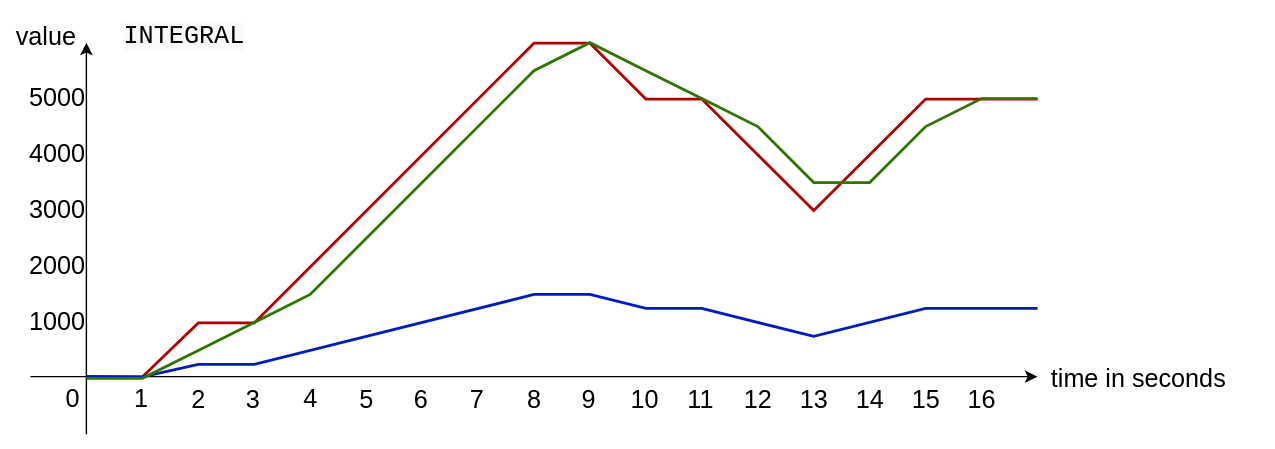
Above: Documentation/Design/Control_INTEGRAL.svg in JirkaDellOro/FUDGE (draw.io), before the change. Source tidied: cells renumbered, new cells last; positions are measured from the earlier drawing's top-left corner, leaving out a move shared by most shapes. Source of this version:
```xml
<mxGraphModel>
  <root>
    <mxCell id="0" />
    <mxCell id="1" parent="0" />
    <mxCell id="2" style="rounded=0;whiteSpace=wrap;html=1;strokeColor=none;" parent="1" vertex="1">
      <mxGeometry width="910" height="320" as="geometry" />
    </mxCell>
    <mxCell id="3" style="endArrow=classic;html=1;rounded=1;" parent="1" edge="1">
      <mxGeometry relative="1" as="geometry">
        <mxPoint x="61" y="310" as="sourcePoint" />
        <mxPoint x="61" y="30" as="targetPoint" />
      </mxGeometry>
    </mxCell>
    <mxCell id="4" style="endArrow=classic;html=1;rounded=1;jumpStyle=none;" parent="1" edge="1">
      <mxGeometry relative="1" as="geometry">
        <mxPoint x="21" y="268.8" as="sourcePoint" />
        <mxPoint x="741" y="268.8" as="targetPoint" />
      </mxGeometry>
    </mxCell>
    <mxCell id="5" value="time in seconds" style="edgeLabel;html=1;align=center;verticalAlign=middle;fontSize=18;" parent="4" vertex="1">
      <mxGeometry x="0.84" y="1" relative="1" as="geometry">
        <mxPoint x="127" y="2.2" as="offset" />
      </mxGeometry>
    </mxCell>
    <mxCell id="6" value="0" style="text;html=1;align=center;verticalAlign=middle;points=[];fontSize=18;" parent="1" vertex="1">
      <mxGeometry x="36" y="270" width="30" height="30" as="geometry" />
    </mxCell>
    <mxCell id="7" value="1" style="text;html=1;align=center;verticalAlign=middle;fontSize=18;" parent="1" vertex="1">
      <mxGeometry x="85" y="270" width="30" height="30" as="geometry" />
    </mxCell>
    <mxCell id="8" value="2" style="text;html=1;align=center;verticalAlign=middle;fontSize=18;" parent="1" vertex="1">
      <mxGeometry x="126" y="271" width="30" height="30" as="geometry" />
    </mxCell>
    <mxCell id="9" value="3" style="text;html=1;align=center;verticalAlign=middle;fontSize=18;" parent="1" vertex="1">
      <mxGeometry x="165" y="271" width="30" height="30" as="geometry" />
    </mxCell>
    <mxCell id="10" value="4" style="text;html=1;align=center;verticalAlign=middle;fontSize=18;" parent="1" vertex="1">
      <mxGeometry x="206" y="270" width="30" height="30" as="geometry" />
    </mxCell>
    <mxCell id="11" value="5" style="text;html=1;align=center;verticalAlign=middle;fontSize=18;" parent="1" vertex="1">
      <mxGeometry x="246" y="271" width="30" height="30" as="geometry" />
    </mxCell>
    <mxCell id="12" value="value" style="edgeLabel;html=1;align=center;verticalAlign=middle;fontSize=18;" parent="1" vertex="1">
      <mxGeometry x="31" y="25" as="geometry" />
    </mxCell>
    <mxCell id="13" value="6" style="text;html=1;align=center;verticalAlign=middle;fontSize=18;" parent="1" vertex="1">
      <mxGeometry x="285" y="271" width="30" height="30" as="geometry" />
    </mxCell>
    <mxCell id="14" value="7" style="text;html=1;align=center;verticalAlign=middle;fontSize=18;" parent="1" vertex="1">
      <mxGeometry x="325" y="271" width="30" height="30" as="geometry" />
    </mxCell>
    <mxCell id="15" value="8" style="text;html=1;align=center;verticalAlign=middle;fontSize=18;" parent="1" vertex="1">
      <mxGeometry x="366" y="271" width="30" height="30" as="geometry" />
    </mxCell>
    <mxCell id="16" value="9" style="text;html=1;align=center;verticalAlign=middle;fontSize=18;" parent="1" vertex="1">
      <mxGeometry x="405" y="271" width="30" height="30" as="geometry" />
    </mxCell>
    <mxCell id="17" value="10" style="text;html=1;align=center;verticalAlign=middle;fontSize=18;" parent="1" vertex="1">
      <mxGeometry x="440" y="271" width="40" height="30" as="geometry" />
    </mxCell>
    <mxCell id="18" value="&lt;div style=&quot;font-family: &amp;quot;consolas&amp;quot; , &amp;quot;courier new&amp;quot; , monospace ; font-weight: normal ; font-size: 18px ; line-height: 19px&quot;&gt;&lt;div style=&quot;font-size: 18px&quot;&gt;&lt;span style=&quot;text-align: center; background-color: rgb(248, 249, 250);&quot;&gt;INTEGRAL&lt;/span&gt;&lt;br&gt;&lt;/div&gt;&lt;/div&gt;" style="text;whiteSpace=wrap;html=1;labelBackgroundColor=#ffffff;fontSize=18;" parent="1" vertex="1">
      <mxGeometry x="86" y="10" width="120" height="30" as="geometry" />
    </mxCell>
    <mxCell id="19" value="11" style="text;html=1;align=center;verticalAlign=middle;fontSize=18;" parent="1" vertex="1">
      <mxGeometry x="485" y="271" width="30" height="30" as="geometry" />
    </mxCell>
    <mxCell id="20" value="12" style="text;html=1;align=center;verticalAlign=middle;fontSize=18;" parent="1" vertex="1">
      <mxGeometry x="521" y="271" width="40" height="30" as="geometry" />
    </mxCell>
    <mxCell id="21" value="13" style="text;html=1;align=center;verticalAlign=middle;fontSize=18;" parent="1" vertex="1">
      <mxGeometry x="561" y="271" width="40" height="30" as="geometry" />
    </mxCell>
    <mxCell id="22" value="14" style="text;html=1;align=center;verticalAlign=middle;fontSize=18;" parent="1" vertex="1">
      <mxGeometry x="601" y="271" width="40" height="30" as="geometry" />
    </mxCell>
    <mxCell id="23" value="15" style="text;html=1;align=center;verticalAlign=middle;fontSize=18;" parent="1" vertex="1">
      <mxGeometry x="641" y="271" width="40" height="30" as="geometry" />
    </mxCell>
    <mxCell id="24" value="16" style="text;html=1;align=center;verticalAlign=middle;fontSize=18;" parent="1" vertex="1">
      <mxGeometry x="681" y="271" width="40" height="30" as="geometry" />
    </mxCell>
    <mxCell id="25" style="endArrow=none;html=1;fontSize=18;fontColor=#FF0000;fillColor=#e51400;rounded=0;endSize=6;shadow=0;strokeWidth=2;strokeColor=#B20000;" parent="1" edge="1">
      <mxGeometry relative="1" as="geometry">
        <mxPoint x="61" y="269" as="sourcePoint" />
        <mxPoint x="741" y="70.3" as="targetPoint" />
        <Array as="points">
          <mxPoint x="101" y="269" />
          <mxPoint x="141" y="230.3" />
          <mxPoint x="181" y="230.3" />
          <mxPoint x="381" y="30.4" />
          <mxPoint x="421" y="30.4" />
          <mxPoint x="461" y="70.4" />
          <mxPoint x="501" y="70.4" />
          <mxPoint x="581" y="150" />
          <mxPoint x="661" y="70.4" />
        </Array>
      </mxGeometry>
    </mxCell>
    <mxCell id="26" value="1000" style="text;html=1;align=center;verticalAlign=middle;fontSize=18;" parent="1" vertex="1">
      <mxGeometry x="10" y="215" width="60" height="30" as="geometry" />
    </mxCell>
    <mxCell id="27" value="2000" style="text;html=1;align=center;verticalAlign=middle;fontSize=18;" parent="1" vertex="1">
      <mxGeometry x="10" y="175" width="60" height="30" as="geometry" />
    </mxCell>
    <mxCell id="28" value="3000" style="text;html=1;align=center;verticalAlign=middle;fontSize=18;" parent="1" vertex="1">
      <mxGeometry x="10" y="135" width="60" height="30" as="geometry" />
    </mxCell>
    <mxCell id="29" value="4000" style="text;html=1;align=center;verticalAlign=middle;fontSize=18;" parent="1" vertex="1">
      <mxGeometry x="10" y="95" width="60" height="30" as="geometry" />
    </mxCell>
    <mxCell id="30" value="5000" style="text;html=1;align=center;verticalAlign=middle;fontSize=18;" parent="1" vertex="1">
      <mxGeometry x="10" y="55" width="60" height="30" as="geometry" />
    </mxCell>
    <mxCell id="31" style="endArrow=none;html=1;fontSize=18;fontColor=#FF0000;fillColor=#0050ef;rounded=0;endSize=6;shadow=0;strokeWidth=2;strokeColor=#001DBC;exitX=0.834;exitY=-0.047;exitDx=0;exitDy=0;exitPerimeter=0;" parent="1" edge="1" source="6">
      <mxGeometry relative="1" as="geometry">
        <mxPoint x="741" y="220" as="targetPoint" />
        <Array as="points">
          <mxPoint x="101" y="269" />
          <mxPoint x="141" y="260" />
          <mxPoint x="181" y="260" />
          <mxPoint x="381" y="210" />
          <mxPoint x="421" y="210" />
          <mxPoint x="461" y="220" />
          <mxPoint x="501" y="220" />
          <mxPoint x="581" y="240" />
          <mxPoint x="661" y="220" />
        </Array>
      </mxGeometry>
    </mxCell>
    <mxCell id="32" style="endArrow=none;html=1;fontSize=18;fontColor=#FF0000;fillColor=#60a917;endSize=6;shadow=0;strokeWidth=2;strokeColor=#2D7600;rounded=0;" parent="1" edge="1">
      <mxGeometry relative="1" as="geometry">
        <mxPoint x="61" y="270" as="sourcePoint" />
        <mxPoint x="741" y="70" as="targetPoint" />
        <Array as="points">
          <mxPoint x="101" y="270" />
          <mxPoint x="141" y="250" />
          <mxPoint x="161" y="240" />
          <mxPoint x="181" y="230" />
          <mxPoint x="201" y="220" />
          <mxPoint x="221" y="210" />
          <mxPoint x="381" y="50" />
          <mxPoint x="421" y="30" />
          <mxPoint x="461" y="50" />
          <mxPoint x="501" y="70" />
          <mxPoint x="541" y="90" />
          <mxPoint x="581" y="130" />
          <mxPoint x="621" y="130" />
          <mxPoint x="661" y="90" />
          <mxPoint x="701" y="70" />
        </Array>
      </mxGeometry>
    </mxCell>
  </root>
</mxGraphModel>
```
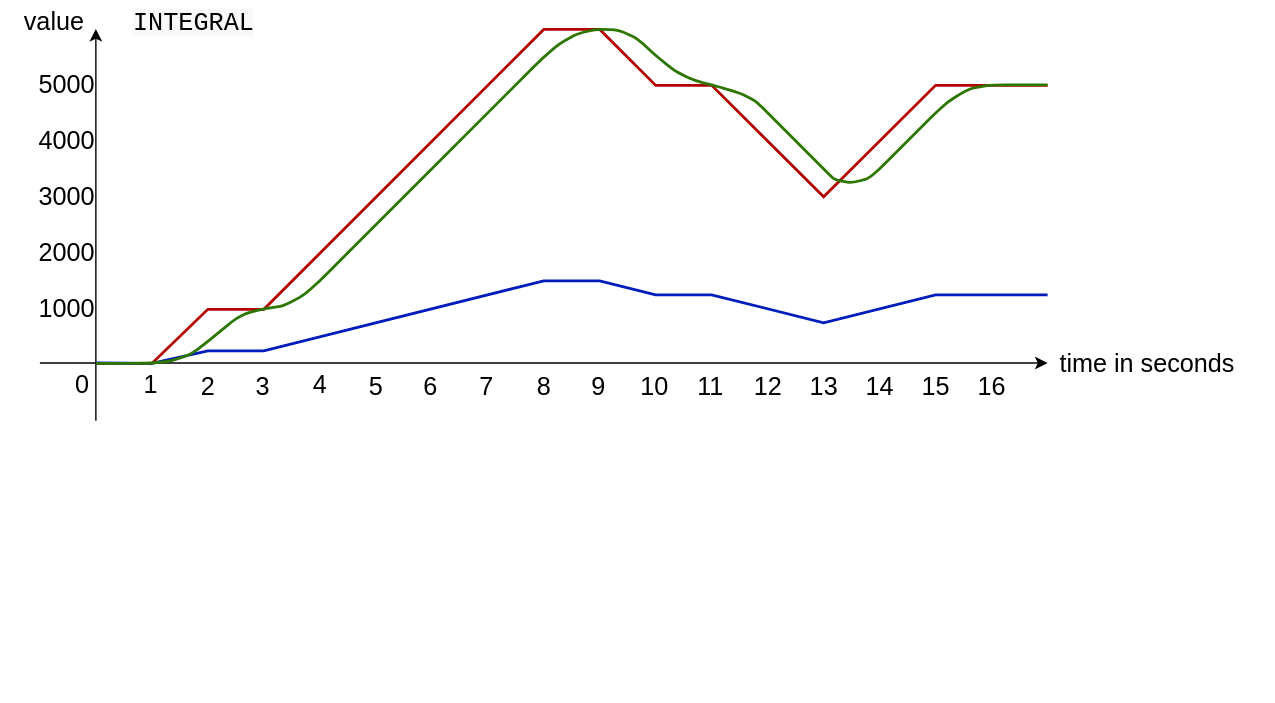
The same file after the commit.

Commit message:
integral graph improved

The edit, as a diff of the source:
```diff
@@ -3,7 +3,7 @@
     <mxCell id="0" />
     <mxCell id="1" parent="0" />
     <mxCell id="2" style="rounded=0;whiteSpace=wrap;html=1;strokeColor=none;" parent="1" vertex="1">
-      <mxGeometry width="910" height="320" as="geometry" />
+      <mxGeometry x="-7" y="190" width="910" height="320" as="geometry" />
     </mxCell>
     <mxCell id="3" style="endArrow=classic;html=1;rounded=1;" parent="1" edge="1">
       <mxGeometry relative="1" as="geometry">
@@ -127,25 +127,44 @@
         </Array>
       </mxGeometry>
     </mxCell>
-    <mxCell id="32" style="endArrow=none;html=1;fontSize=18;fontColor=#FF0000;fillColor=#60a917;endSize=6;shadow=0;strokeWidth=2;strokeColor=#2D7600;rounded=0;" parent="1" edge="1">
+    <mxCell id="32" style="endArrow=none;html=1;fontSize=18;fontColor=#FF0000;fillColor=#60a917;endSize=6;shadow=0;strokeWidth=2;strokeColor=#2D7600;rounded=1;" parent="1" edge="1">
       <mxGeometry relative="1" as="geometry">
-        <mxPoint x="61" y="270" as="sourcePoint" />
+        <mxPoint x="61" y="269" as="sourcePoint" />
         <mxPoint x="741" y="70" as="targetPoint" />
         <Array as="points">
-          <mxPoint x="101" y="270" />
-          <mxPoint x="141" y="250" />
-          <mxPoint x="161" y="240" />
+          <mxPoint x="101" y="269" />
+          <mxPoint x="116" y="267" />
+          <mxPoint x="130" y="262" />
+          <mxPoint x="150" y="246" />
+          <mxPoint x="161" y="237" />
+          <mxPoint x="169" y="233" />
           <mxPoint x="181" y="230" />
-          <mxPoint x="201" y="220" />
+          <mxPoint x="195" y="228" />
+          <mxPoint x="210" y="220" />
           <mxPoint x="221" y="210" />
           <mxPoint x="381" y="50" />
+          <mxPoint x="393" y="40" />
+          <mxPoint x="406" y="33" />
           <mxPoint x="421" y="30" />
-          <mxPoint x="461" y="50" />
+          <mxPoint x="435" y="31" />
+          <mxPoint x="448" y="37" />
+          <mxPoint x="462" y="50" />
+          <mxPoint x="476" y="61" />
+          <mxPoint x="489" y="67" />
           <mxPoint x="501" y="70" />
+          <mxPoint x="512" y="73" />
+          <mxPoint x="524" y="77" />
+          <mxPoint x="533" y="82" />
           <mxPoint x="541" y="90" />
           <mxPoint x="581" y="130" />
+          <mxPoint x="589" y="138" />
+          <mxPoint x="601" y="140" />
+          <mxPoint x="613" y="137" />
           <mxPoint x="621" y="130" />
           <mxPoint x="661" y="90" />
+          <mxPoint x="670" y="82" />
+          <mxPoint x="681" y="75" />
+          <mxPoint x="688" y="72" />
           <mxPoint x="701" y="70" />
         </Array>
       </mxGeometry>
```
